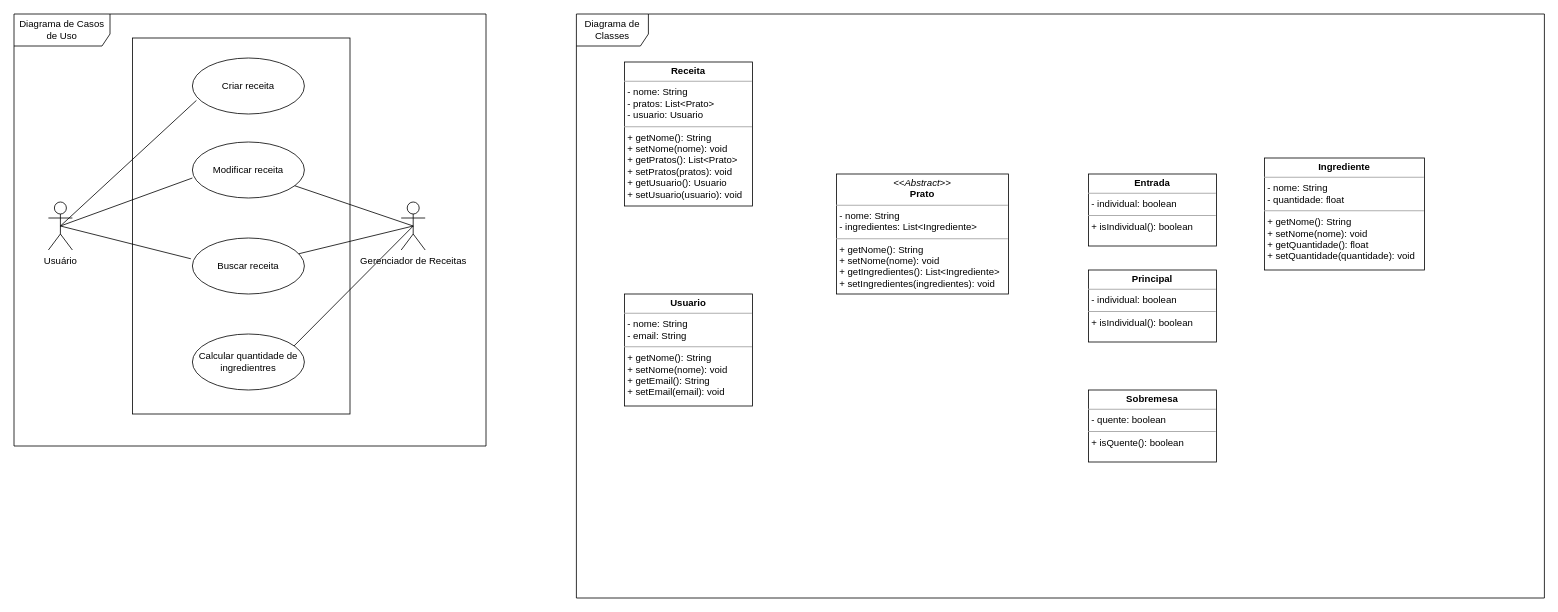
Earlier version of the draw.io diagram ReceitaFacil.drawio (NKIdehara/ReceitaFacil). Source tidied: cells renumbered, new cells numbered last; positions are measured from the earlier drawing's top-left corner, leaving out a move shared by most shapes. Both pictures are drawn from the tidied source at 80%, with x=0, y=0 at pixel (14, 14).
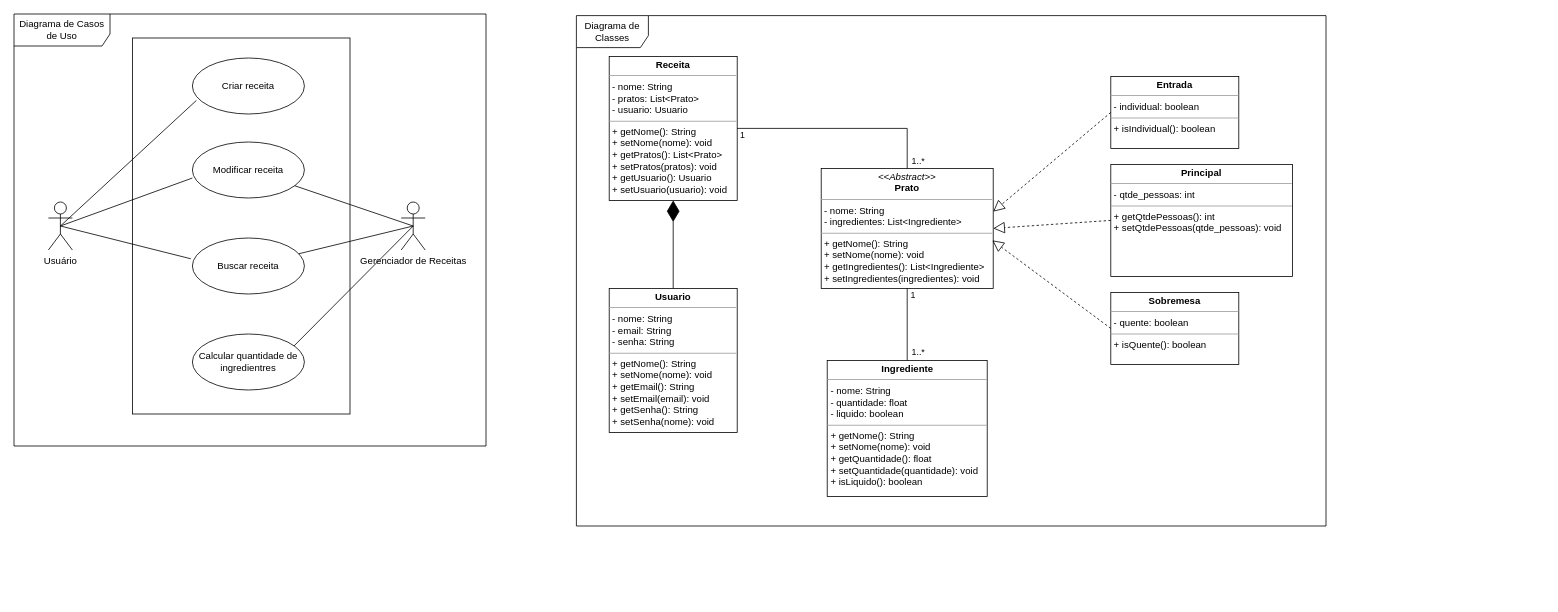
After the change.

Commit message:
Diagrama de Classes

Change to the diagram source:
```diff
@@
+    <mxCell id="4" value="Diagrama de Classes" style="shape=umlFrame;whiteSpace=wrap;html=1;width=90;height=40;" parent="1" vertex="1">
+      <mxGeometry x="703" y="2" width="937" height="638" as="geometry" />
+    </mxCell>
@@
-    <mxCell id="4" value="Diagrama de Classes" style="shape=umlFrame;whiteSpace=wrap;html=1;width=90;height=40;" parent="1" vertex="1">
-      <mxGeometry x="703" width="1210" height="730" as="geometry" />
-    </mxCell>
-    <mxCell id="5" value="&lt;p style=&quot;margin:0px;margin-top:4px;text-align:center;&quot;&gt;&lt;b&gt;Usuario&lt;/b&gt;&lt;/p&gt;&lt;hr size=&quot;1&quot;&gt;&lt;p style=&quot;margin:0px;margin-left:4px;&quot;&gt;- nome: String&lt;/p&gt;&lt;p style=&quot;margin:0px;margin-left:4px;&quot;&gt;- email: String&lt;/p&gt;&lt;hr size=&quot;1&quot;&gt;&lt;p style=&quot;margin:0px;margin-left:4px;&quot;&gt;+ getNome(): String&lt;/p&gt;&lt;p style=&quot;margin:0px;margin-left:4px;&quot;&gt;+ setNome(nome): void&lt;/p&gt;&lt;p style=&quot;margin:0px;margin-left:4px;&quot;&gt;+ getEmail(): String&lt;/p&gt;&lt;p style=&quot;margin:0px;margin-left:4px;&quot;&gt;+ setEmail(email): void&lt;/p&gt;" style="verticalAlign=top;align=left;overflow=fill;fontSize=12;fontFamily=Helvetica;html=1;" parent="1" vertex="1">
-      <mxGeometry x="763" y="350" width="160" height="140" as="geometry" />
+    <mxCell id="5" value="&lt;p style=&quot;margin:0px;margin-top:4px;text-align:center;&quot;&gt;&lt;b&gt;Usuario&lt;/b&gt;&lt;/p&gt;&lt;hr size=&quot;1&quot;&gt;&lt;p style=&quot;margin:0px;margin-left:4px;&quot;&gt;- nome: String&lt;/p&gt;&lt;p style=&quot;margin:0px;margin-left:4px;&quot;&gt;- email: String&lt;/p&gt;&lt;p style=&quot;margin:0px;margin-left:4px;&quot;&gt;- senha: String&lt;/p&gt;&lt;hr size=&quot;1&quot;&gt;&lt;p style=&quot;margin:0px;margin-left:4px;&quot;&gt;+ getNome(): String&lt;/p&gt;&lt;p style=&quot;margin:0px;margin-left:4px;&quot;&gt;+ setNome(nome): void&lt;/p&gt;&lt;p style=&quot;margin:0px;margin-left:4px;&quot;&gt;+ getEmail(): String&lt;/p&gt;&lt;p style=&quot;margin:0px;margin-left:4px;&quot;&gt;+ setEmail(email): void&lt;/p&gt;&lt;p style=&quot;margin: 0px 0px 0px 4px;&quot;&gt;+ getSenha(): String&lt;/p&gt;&lt;p style=&quot;margin: 0px 0px 0px 4px;&quot;&gt;+ setSenha(nome): void&lt;/p&gt;" style="verticalAlign=top;align=left;overflow=fill;fontSize=12;fontFamily=Helvetica;html=1;" parent="1" vertex="1">
+      <mxGeometry x="744" y="343" width="160" height="180" as="geometry" />
     </mxCell>
     <mxCell id="6" value="&lt;p style=&quot;margin:0px;margin-top:4px;text-align:center;&quot;&gt;&lt;i&gt;&amp;lt;&amp;lt;Abstract&amp;gt;&amp;gt;&lt;/i&gt;&lt;br&gt;&lt;b&gt;Prato&lt;/b&gt;&lt;/p&gt;&lt;hr size=&quot;1&quot;&gt;&lt;p style=&quot;margin:0px;margin-left:4px;&quot;&gt;- nome: String&lt;/p&gt;&lt;p style=&quot;margin:0px;margin-left:4px;&quot;&gt;- ingredientes: List&amp;lt;Ingrediente&amp;gt;&lt;br&gt;&lt;/p&gt;&lt;hr size=&quot;1&quot;&gt;&lt;p style=&quot;margin: 0px 0px 0px 4px;&quot;&gt;+ getNome(): String&lt;/p&gt;&lt;p style=&quot;margin: 0px 0px 0px 4px;&quot;&gt;+ setNome(nome): void&lt;/p&gt;&lt;p style=&quot;margin: 0px 0px 0px 4px;&quot;&gt;+ getIngredientes(): List&amp;lt;Ingrediente&amp;gt;&lt;/p&gt;&lt;p style=&quot;margin: 0px 0px 0px 4px;&quot;&gt;+ setIngredientes(ingredientes): void&lt;/p&gt;" style="verticalAlign=top;align=left;overflow=fill;fontSize=12;fontFamily=Helvetica;html=1;" parent="1" vertex="1">
-      <mxGeometry x="1028" y="200" width="215" height="150" as="geometry" />
+      <mxGeometry x="1009" y="193" width="215" height="150" as="geometry" />
     </mxCell>
     <mxCell id="7" value="&lt;p style=&quot;margin:0px;margin-top:4px;text-align:center;&quot;&gt;&lt;b&gt;Entrada&lt;/b&gt;&lt;/p&gt;&lt;hr size=&quot;1&quot;&gt;&lt;p style=&quot;margin:0px;margin-left:4px;&quot;&gt;&lt;span style=&quot;background-color: initial;&quot;&gt;- individual: boolean&lt;/span&gt;&lt;br&gt;&lt;/p&gt;&lt;hr size=&quot;1&quot;&gt;&lt;p style=&quot;margin:0px;margin-left:4px;&quot;&gt;+ isIndividual(): boolean&lt;/p&gt;" style="verticalAlign=top;align=left;overflow=fill;fontSize=12;fontFamily=Helvetica;html=1;" parent="1" vertex="1">
-      <mxGeometry x="1343" y="200" width="160" height="90" as="geometry" />
+      <mxGeometry x="1371" y="78" width="160" height="90" as="geometry" />
     </mxCell>
     <mxCell id="8" value="&lt;p style=&quot;margin:0px;margin-top:4px;text-align:center;&quot;&gt;&lt;b&gt;Sobremesa&lt;/b&gt;&lt;/p&gt;&lt;hr size=&quot;1&quot;&gt;&lt;p style=&quot;margin:0px;margin-left:4px;&quot;&gt;&lt;span style=&quot;background-color: initial;&quot;&gt;- quente: boolean&lt;/span&gt;&lt;br&gt;&lt;/p&gt;&lt;hr size=&quot;1&quot;&gt;&lt;p style=&quot;margin:0px;margin-left:4px;&quot;&gt;+ isQuente(): boolean&lt;/p&gt;" style="verticalAlign=top;align=left;overflow=fill;fontSize=12;fontFamily=Helvetica;html=1;" parent="1" vertex="1">
-      <mxGeometry x="1343" y="470" width="160" height="90" as="geometry" />
+      <mxGeometry x="1371" y="348" width="160" height="90" as="geometry" />
     </mxCell>
-    <mxCell id="9" value="&lt;p style=&quot;margin:0px;margin-top:4px;text-align:center;&quot;&gt;&lt;b&gt;Ingrediente&lt;/b&gt;&lt;/p&gt;&lt;hr size=&quot;1&quot;&gt;&lt;p style=&quot;margin:0px;margin-left:4px;&quot;&gt;- nome: String&lt;/p&gt;&lt;p style=&quot;margin:0px;margin-left:4px;&quot;&gt;- quantidade: float&lt;/p&gt;&lt;hr size=&quot;1&quot;&gt;&lt;p style=&quot;margin:0px;margin-left:4px;&quot;&gt;+ getNome(): String&lt;/p&gt;&lt;p style=&quot;margin:0px;margin-left:4px;&quot;&gt;+ setNome(nome): void&lt;/p&gt;&lt;p style=&quot;margin:0px;margin-left:4px;&quot;&gt;+ getQuantidade(): float&lt;/p&gt;&lt;p style=&quot;margin:0px;margin-left:4px;&quot;&gt;+ setQuantidade(quantidade): void&lt;/p&gt;" style="verticalAlign=top;align=left;overflow=fill;fontSize=12;fontFamily=Helvetica;html=1;" parent="1" vertex="1">
-      <mxGeometry x="1563" y="180" width="200" height="140" as="geometry" />
+    <mxCell id="9" value="&lt;p style=&quot;margin:0px;margin-top:4px;text-align:center;&quot;&gt;&lt;b&gt;Ingrediente&lt;/b&gt;&lt;/p&gt;&lt;hr size=&quot;1&quot;&gt;&lt;p style=&quot;margin:0px;margin-left:4px;&quot;&gt;- nome: String&lt;/p&gt;&lt;p style=&quot;margin:0px;margin-left:4px;&quot;&gt;- quantidade: float&lt;/p&gt;&lt;p style=&quot;margin:0px;margin-left:4px;&quot;&gt;- liquido: boolean&lt;/p&gt;&lt;hr size=&quot;1&quot;&gt;&lt;p style=&quot;margin:0px;margin-left:4px;&quot;&gt;+ getNome(): String&lt;/p&gt;&lt;p style=&quot;margin:0px;margin-left:4px;&quot;&gt;+ setNome(nome): void&lt;/p&gt;&lt;p style=&quot;margin:0px;margin-left:4px;&quot;&gt;+ getQuantidade(): float&lt;/p&gt;&lt;p style=&quot;margin:0px;margin-left:4px;&quot;&gt;+ setQuantidade(quantidade): void&lt;/p&gt;&lt;p style=&quot;margin:0px;margin-left:4px;&quot;&gt;+ isLiquido(): boolean&lt;/p&gt;" style="verticalAlign=top;align=left;overflow=fill;fontSize=12;fontFamily=Helvetica;html=1;" parent="1" vertex="1">
+      <mxGeometry x="1016.5" y="433" width="200" height="170" as="geometry" />
     </mxCell>
     <mxCell id="10" value="&lt;p style=&quot;margin:0px;margin-top:4px;text-align:center;&quot;&gt;&lt;b&gt;Receita&lt;/b&gt;&lt;/p&gt;&lt;hr size=&quot;1&quot;&gt;&lt;p style=&quot;margin:0px;margin-left:4px;&quot;&gt;- nome: String&lt;/p&gt;&lt;p style=&quot;margin:0px;margin-left:4px;&quot;&gt;- pratos: List&amp;lt;Prato&amp;gt;&lt;br&gt;&lt;/p&gt;&lt;p style=&quot;margin:0px;margin-left:4px;&quot;&gt;- usuario: Usuario&lt;/p&gt;&lt;hr size=&quot;1&quot;&gt;&lt;p style=&quot;margin: 0px 0px 0px 4px;&quot;&gt;+ getNome(): String&lt;/p&gt;&lt;p style=&quot;margin: 0px 0px 0px 4px;&quot;&gt;+ setNome(nome): void&lt;/p&gt;&lt;p style=&quot;margin: 0px 0px 0px 4px;&quot;&gt;+ getPratos(): List&amp;lt;Prato&amp;gt;&lt;/p&gt;&lt;p style=&quot;margin: 0px 0px 0px 4px;&quot;&gt;+ setPratos(pratos): void&lt;/p&gt;&lt;p style=&quot;margin: 0px 0px 0px 4px;&quot;&gt;+ getUsuario(): Usuario&lt;/p&gt;&lt;p style=&quot;margin: 0px 0px 0px 4px;&quot;&gt;+ setUsuario(usuario): void&lt;/p&gt;" style="verticalAlign=top;align=left;overflow=fill;fontSize=12;fontFamily=Helvetica;html=1;" parent="1" vertex="1">
-      <mxGeometry x="763" y="60" width="160" height="180" as="geometry" />
+      <mxGeometry x="744" y="53" width="160" height="180" as="geometry" />
     </mxCell>
-    <mxCell id="11" value="&lt;p style=&quot;margin:0px;margin-top:4px;text-align:center;&quot;&gt;&lt;b&gt;Principal&lt;/b&gt;&lt;/p&gt;&lt;hr size=&quot;1&quot;&gt;&lt;p style=&quot;margin:0px;margin-left:4px;&quot;&gt;&lt;span style=&quot;background-color: initial;&quot;&gt;- individual: boolean&lt;/span&gt;&lt;br&gt;&lt;/p&gt;&lt;hr size=&quot;1&quot;&gt;&lt;p style=&quot;margin:0px;margin-left:4px;&quot;&gt;+ isIndividual(): boolean&lt;/p&gt;" style="verticalAlign=top;align=left;overflow=fill;fontSize=12;fontFamily=Helvetica;html=1;" parent="1" vertex="1">
-      <mxGeometry x="1343" y="320" width="160" height="90" as="geometry" />
+    <mxCell id="11" value="&lt;p style=&quot;margin:0px;margin-top:4px;text-align:center;&quot;&gt;&lt;b&gt;Principal&lt;/b&gt;&lt;/p&gt;&lt;hr size=&quot;1&quot;&gt;&lt;p style=&quot;margin:0px;margin-left:4px;&quot;&gt;&lt;span style=&quot;background-color: initial;&quot;&gt;- qtde_pessoas: int&lt;/span&gt;&lt;br&gt;&lt;/p&gt;&lt;hr size=&quot;1&quot;&gt;&lt;p style=&quot;margin: 0px 0px 0px 4px;&quot;&gt;+ getQtdePessoas(): int&lt;/p&gt;&lt;p style=&quot;margin: 0px 0px 0px 4px;&quot;&gt;+ setQtdePessoas(qtde_pessoas): void&lt;/p&gt;&lt;div&gt;&lt;br&gt;&lt;/div&gt;" style="verticalAlign=top;align=left;overflow=fill;fontSize=12;fontFamily=Helvetica;html=1;" parent="1" vertex="1">
+      <mxGeometry x="1371" y="188" width="227" height="140" as="geometry" />
     </mxCell>
@@
+    <mxCell id="24" style="endArrow=none;html=1;edgeStyle=orthogonalEdgeStyle;rounded=0;exitX=0.5;exitY=1;exitDx=0;exitDy=0;entryX=0.5;entryY=0;entryDx=0;entryDy=0;" parent="1" edge="1" source="6" target="9">
+      <mxGeometry relative="1" as="geometry" />
+    </mxCell>
+    <mxCell id="25" value="1" style="edgeLabel;html=1;align=left;verticalAlign=bottom;" parent="24" vertex="1">
+      <mxGeometry x="-1" relative="1" as="geometry">
+        <mxPoint x="2" y="17" as="offset" />
+      </mxGeometry>
+    </mxCell>
+    <mxCell id="26" value="1..*" style="edgeLabel;html=1;align=right;verticalAlign=bottom;" parent="24" vertex="1">
+      <mxGeometry x="1" relative="1" as="geometry">
+        <mxPoint x="22" y="-2" as="offset" />
+      </mxGeometry>
+    </mxCell>
+    <mxCell id="27" style="endArrow=block;dashed=1;endFill=0;endSize=12;html=1;rounded=0;exitX=0;exitY=0.5;exitDx=0;exitDy=0;entryX=1;entryY=0.36;entryDx=0;entryDy=0;entryPerimeter=0;" parent="1" edge="1" source="7" target="6">
+      <mxGeometry relative="1" as="geometry" />
+    </mxCell>
+    <mxCell id="28" style="endArrow=block;dashed=1;endFill=0;endSize=12;html=1;rounded=0;exitX=0;exitY=0.5;exitDx=0;exitDy=0;entryX=1;entryY=0.5;entryDx=0;entryDy=0;" parent="1" edge="1" source="11" target="6">
+      <mxGeometry relative="1" as="geometry" />
+    </mxCell>
+    <mxCell id="29" style="endArrow=block;dashed=1;endFill=0;endSize=12;html=1;rounded=0;exitX=0;exitY=0.5;exitDx=0;exitDy=0;entryX=0.995;entryY=0.6;entryDx=0;entryDy=0;entryPerimeter=0;" parent="1" edge="1" source="8" target="6">
+      <mxGeometry relative="1" as="geometry" />
+    </mxCell>
+    <mxCell id="30" style="endArrow=none;html=1;edgeStyle=orthogonalEdgeStyle;rounded=0;exitX=1;exitY=0.5;exitDx=0;exitDy=0;entryX=0.5;entryY=0;entryDx=0;entryDy=0;" parent="1" edge="1" source="10" target="6">
+      <mxGeometry relative="1" as="geometry" />
+    </mxCell>
+    <mxCell id="31" value="1" style="edgeLabel;html=1;align=left;verticalAlign=bottom;" parent="30" vertex="1">
+      <mxGeometry x="-1" relative="1" as="geometry">
+        <mxPoint x="2" y="17" as="offset" />
+      </mxGeometry>
+    </mxCell>
+    <mxCell id="32" value="1..*" style="edgeLabel;html=1;align=right;verticalAlign=bottom;" parent="30" vertex="1">
+      <mxGeometry x="1" relative="1" as="geometry">
+        <mxPoint x="22" y="-2" as="offset" />
+      </mxGeometry>
+    </mxCell>
+    <mxCell id="33" style="endArrow=diamondThin;endFill=1;endSize=24;html=1;rounded=0;entryX=0.5;entryY=1;entryDx=0;entryDy=0;exitX=0.5;exitY=0;exitDx=0;exitDy=0;" parent="1" edge="1" source="5" target="10">
+      <mxGeometry relative="1" as="geometry" />
+    </mxCell>
```
